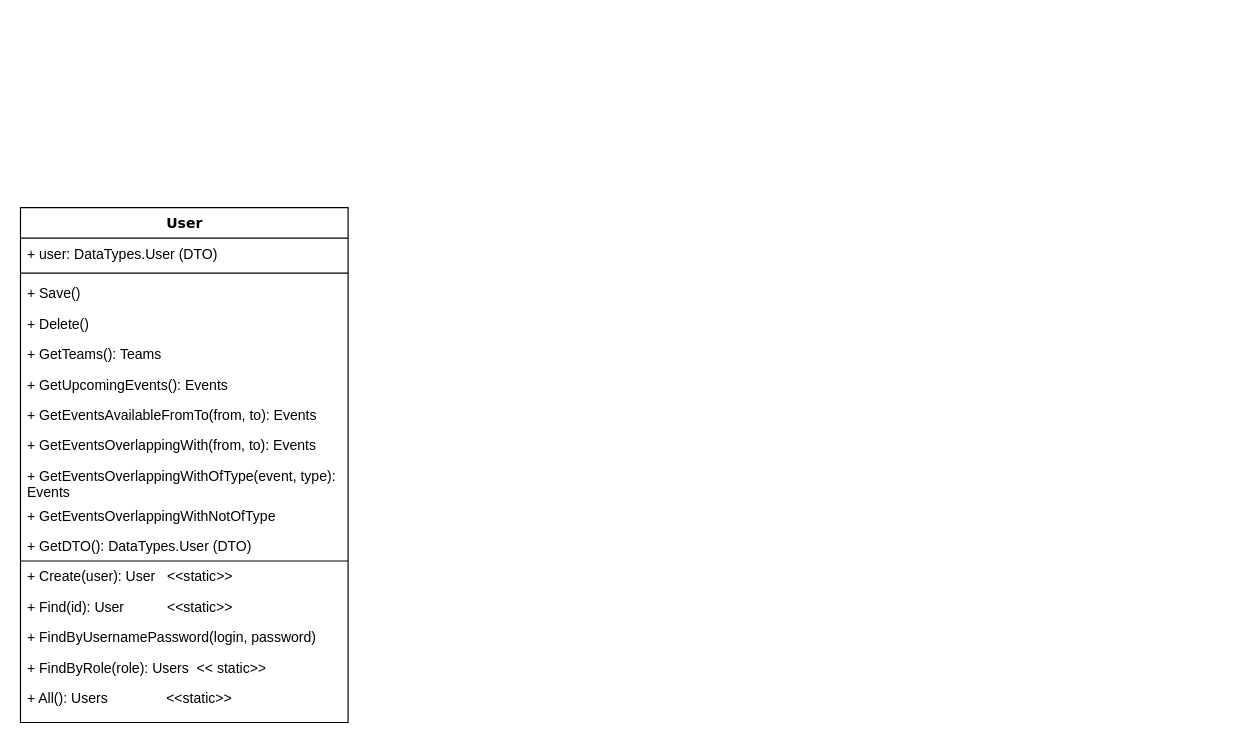
The draw.io diagram ClassDiagram.drawio in dminikm/EsportsIS, before the edit. Source tidied: cells renumbered, new cells numbered last; positions are measured from the earlier drawing's top-left corner, leaving out a move shared by most shapes. Both pictures are drawn from the tidied source at 117%, with x=0, y=0 at pixel (20, 207).
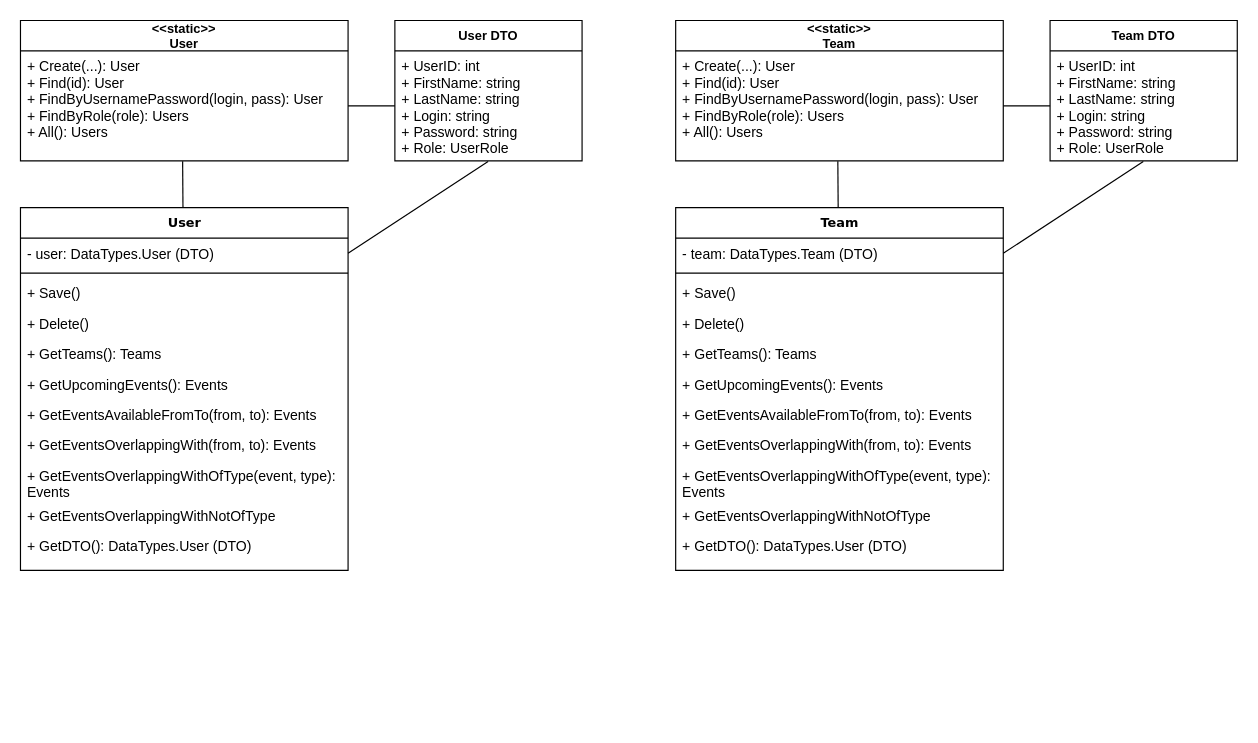
After the change.

Diff of the diagram source:
```diff
@@
-    <mxCell id="2" value="User" style="swimlane;html=1;fontStyle=1;align=center;verticalAlign=top;horizontal=1;startSize=26;swimlaneFillColor=#ffffff;rounded=0;shadow=0;comic=0;labelBackgroundColor=none;strokeWidth=1;fillColor=none;fontFamily=Verdana;fontSize=12;" parent="1" vertex="1">
-      <mxGeometry width="280" height="440" as="geometry" />
+    <mxCell id="2" value="User" style="swimlane;html=1;fontStyle=1;align=center;verticalAlign=top;horizontal=1;startSize=26;swimlaneFillColor=#ffffff;rounded=0;shadow=0;comic=0;labelBackgroundColor=none;strokeWidth=1;fillColor=none;fontFamily=Verdana;fontSize=11;" parent="1" vertex="1">
+      <mxGeometry width="280" height="310" as="geometry" />
     </mxCell>
-    <mxCell id="3" value="+ user: DataTypes.User (DTO)" style="text;html=1;strokeColor=none;fillColor=none;align=left;verticalAlign=top;spacingLeft=4;spacingRight=4;whiteSpace=wrap;overflow=hidden;points=[[0,0.5],[1,0.5]];portConstraint=eastwest;" parent="2" vertex="1">
+    <mxCell id="3" value="- user: DataTypes.User (DTO)" style="text;html=1;strokeColor=none;fillColor=none;align=left;verticalAlign=top;spacingLeft=4;spacingRight=4;whiteSpace=wrap;overflow=hidden;points=[[0,0.5],[1,0.5]];portConstraint=eastwest;" parent="2" vertex="1">
       <mxGeometry y="26" width="280" height="26" as="geometry" />
     </mxCell>
@@
-    <mxCell id="14" style="endArrow=none;html=1;" parent="2" edge="1">
-      <mxGeometry relative="1" as="geometry">
-        <mxPoint y="302" as="sourcePoint" />
-        <mxPoint x="280" y="302" as="targetPoint" />
-      </mxGeometry>
-    </mxCell>
-    <mxCell id="15" value="+ Create(user): User&amp;nbsp; &amp;nbsp;&amp;lt;&amp;lt;static&amp;gt;&amp;gt;&amp;nbsp;" style="text;html=1;strokeColor=none;fillColor=none;align=left;verticalAlign=top;spacingLeft=4;spacingRight=4;whiteSpace=wrap;overflow=hidden;" parent="2" vertex="1">
-      <mxGeometry y="302" width="280" height="26" as="geometry" />
-    </mxCell>
-    <mxCell id="16" value="+ Find(id): User&amp;nbsp; &amp;nbsp; &amp;nbsp; &amp;nbsp; &amp;nbsp; &amp;nbsp;&amp;lt;&amp;lt;static&amp;gt;&amp;gt;" style="text;html=1;strokeColor=none;fillColor=none;align=left;verticalAlign=top;spacingLeft=4;spacingRight=4;whiteSpace=wrap;overflow=hidden;" parent="2" vertex="1">
-      <mxGeometry y="328" width="280" height="26" as="geometry" />
-    </mxCell>
-    <mxCell id="17" value="+ FindByUsernamePassword(login, password)" style="text;html=1;strokeColor=none;fillColor=none;align=left;verticalAlign=top;spacingLeft=4;spacingRight=4;whiteSpace=wrap;overflow=hidden;" parent="2" vertex="1">
-      <mxGeometry y="354" width="280" height="26" as="geometry" />
-    </mxCell>
-    <mxCell id="18" value="+ FindByRole(role): Users&amp;nbsp; &amp;lt;&amp;lt; static&amp;gt;&amp;gt;" style="text;html=1;strokeColor=none;fillColor=none;align=left;verticalAlign=top;spacingLeft=4;spacingRight=4;whiteSpace=wrap;overflow=hidden;" parent="2" vertex="1">
-      <mxGeometry y="380" width="280" height="26" as="geometry" />
-    </mxCell>
-    <mxCell id="19" value="+ All(): Users&amp;nbsp; &amp;nbsp; &amp;nbsp; &amp;nbsp; &amp;nbsp; &amp;nbsp; &amp;nbsp; &amp;nbsp;&amp;lt;&amp;lt;static&amp;gt;&amp;gt;" style="text;html=1;strokeColor=none;fillColor=none;align=left;verticalAlign=top;spacingLeft=4;spacingRight=4;whiteSpace=wrap;overflow=hidden;" parent="2" vertex="1">
-      <mxGeometry y="406" width="280" height="26" as="geometry" />
-    </mxCell>
+    <mxCell id="20" value="&lt;&lt;static&gt;&gt;&#10;User" style="swimlane;fontStyle=1;align=center;verticalAlign=middle;horizontal=1;startSize=26;fontSize=11;" parent="1" vertex="1">
+      <mxGeometry y="-160" width="280" height="120" as="geometry" />
+    </mxCell>
+    <mxCell id="21" value="+ Create(...): User&#10;+ Find(id): User&#10;+ FindByUsernamePassword(login, pass): User&#10;+ FindByRole(role): Users&#10;+ All(): Users&#10;" style="text;strokeColor=none;fillColor=none;align=left;verticalAlign=top;spacingLeft=4;spacingRight=4;overflow=hidden;points=[[0,0.5],[1,0.5]];portConstraint=eastwest;" parent="20" vertex="1">
+      <mxGeometry y="26" width="280" height="94" as="geometry" />
+    </mxCell>
+    <mxCell id="22" value="User DTO" style="swimlane;fontStyle=1;align=center;verticalAlign=top;horizontal=1;startSize=26;fontSize=11;" parent="1" vertex="1">
+      <mxGeometry x="320" y="-160" width="160" height="120" as="geometry" />
+    </mxCell>
+    <mxCell id="23" value="+ UserID: int&#10;+ FirstName: string&#10;+ LastName: string&#10;+ Login: string&#10;+ Password: string&#10;+ Role: UserRole " style="text;strokeColor=none;fillColor=none;align=left;verticalAlign=top;spacingLeft=4;spacingRight=4;overflow=hidden;points=[[0,0.5],[1,0.5]];portConstraint=eastwest;" parent="22" vertex="1">
+      <mxGeometry y="26" width="160" height="94" as="geometry" />
+    </mxCell>
+    <mxCell id="24" style="endArrow=none;html=1;fontSize=11;entryX=0.495;entryY=1.004;entryDx=0;entryDy=0;entryPerimeter=0;" parent="1" edge="1" source="2" target="21">
+      <mxGeometry relative="1" as="geometry" />
+    </mxCell>
+    <mxCell id="25" style="endArrow=none;html=1;fontSize=11;entryX=1;entryY=0.5;entryDx=0;entryDy=0;exitX=0;exitY=0.5;exitDx=0;exitDy=0;" parent="1" edge="1" source="23" target="21">
+      <mxGeometry relative="1" as="geometry" />
+    </mxCell>
+    <mxCell id="26" style="endArrow=none;html=1;fontSize=11;entryX=0.498;entryY=1.005;entryDx=0;entryDy=0;entryPerimeter=0;exitX=1;exitY=0.5;exitDx=0;exitDy=0;" parent="1" edge="1" source="3" target="23">
+      <mxGeometry relative="1" as="geometry" />
+    </mxCell>
+    <mxCell id="27" value="Team" style="swimlane;html=1;fontStyle=1;align=center;verticalAlign=top;horizontal=1;startSize=26;swimlaneFillColor=#ffffff;rounded=0;shadow=0;comic=0;labelBackgroundColor=none;strokeWidth=1;fillColor=none;fontFamily=Verdana;fontSize=11;" parent="1" vertex="1">
+      <mxGeometry x="560" width="280" height="310" as="geometry" />
+    </mxCell>
+    <mxCell id="28" value="- team: DataTypes.Team (DTO)" style="text;html=1;strokeColor=none;fillColor=none;align=left;verticalAlign=top;spacingLeft=4;spacingRight=4;whiteSpace=wrap;overflow=hidden;points=[[0,0.5],[1,0.5]];portConstraint=eastwest;" parent="27" vertex="1">
+      <mxGeometry y="26" width="280" height="26" as="geometry" />
+    </mxCell>
+    <mxCell id="29" style="line;html=1;strokeWidth=1;fillColor=none;align=left;verticalAlign=middle;spacingTop=-1;spacingLeft=3;spacingRight=3;labelPosition=right;" parent="27" vertex="1">
+      <mxGeometry y="52" width="280" height="8" as="geometry" />
+    </mxCell>
+    <mxCell id="30" value="+ Save()" style="text;html=1;strokeColor=none;fillColor=none;align=left;verticalAlign=top;spacingLeft=4;spacingRight=4;whiteSpace=wrap;overflow=hidden;" parent="27" vertex="1">
+      <mxGeometry y="60" width="280" height="26" as="geometry" />
+    </mxCell>
+    <mxCell id="31" value="+ Delete()" style="text;html=1;strokeColor=none;fillColor=none;align=left;verticalAlign=top;spacingLeft=4;spacingRight=4;whiteSpace=wrap;overflow=hidden;" parent="27" vertex="1">
+      <mxGeometry y="86" width="280" height="26" as="geometry" />
+    </mxCell>
+    <mxCell id="32" value="+ GetTeams(): Teams" style="text;html=1;strokeColor=none;fillColor=none;align=left;verticalAlign=top;spacingLeft=4;spacingRight=4;whiteSpace=wrap;overflow=hidden;" parent="27" vertex="1">
+      <mxGeometry y="112" width="280" height="26" as="geometry" />
+    </mxCell>
+    <mxCell id="33" value="+ GetUpcomingEvents(): Events" style="text;html=1;strokeColor=none;fillColor=none;align=left;verticalAlign=top;spacingLeft=4;spacingRight=4;whiteSpace=wrap;overflow=hidden;" parent="27" vertex="1">
+      <mxGeometry y="138" width="280" height="26" as="geometry" />
+    </mxCell>
+    <mxCell id="34" value="+ GetEventsAvailableFromTo(from, to): Events" style="text;html=1;strokeColor=none;fillColor=none;align=left;verticalAlign=top;spacingLeft=4;spacingRight=4;whiteSpace=wrap;overflow=hidden;" parent="27" vertex="1">
+      <mxGeometry y="164" width="280" height="26" as="geometry" />
+    </mxCell>
+    <mxCell id="35" value="+ GetEventsOverlappingWith(from, to): Events" style="text;html=1;strokeColor=none;fillColor=none;align=left;verticalAlign=top;spacingLeft=4;spacingRight=4;whiteSpace=wrap;overflow=hidden;" parent="27" vertex="1">
+      <mxGeometry y="190" width="280" height="26" as="geometry" />
+    </mxCell>
+    <mxCell id="36" value="+ GetEventsOverlappingWithOfType(event, type): Events" style="text;html=1;strokeColor=none;fillColor=none;align=left;verticalAlign=top;spacingLeft=4;spacingRight=4;whiteSpace=wrap;overflow=hidden;" parent="27" vertex="1">
+      <mxGeometry y="216" width="280" height="34" as="geometry" />
+    </mxCell>
+    <mxCell id="37" value="+ GetEventsOverlappingWithNotOfType" style="text;html=1;strokeColor=none;fillColor=none;align=left;verticalAlign=top;spacingLeft=4;spacingRight=4;whiteSpace=wrap;overflow=hidden;" parent="27" vertex="1">
+      <mxGeometry y="250" width="280" height="26" as="geometry" />
+    </mxCell>
+    <mxCell id="38" value="+ GetDTO(): DataTypes.User (DTO)" style="text;html=1;strokeColor=none;fillColor=none;align=left;verticalAlign=top;spacingLeft=4;spacingRight=4;whiteSpace=wrap;overflow=hidden;" parent="27" vertex="1">
+      <mxGeometry y="276" width="280" height="26" as="geometry" />
+    </mxCell>
+    <mxCell id="39" value="&lt;&lt;static&gt;&gt;&#10;Team" style="swimlane;fontStyle=1;align=center;verticalAlign=middle;horizontal=1;startSize=26;fontSize=11;" parent="1" vertex="1">
+      <mxGeometry x="560" y="-160" width="280" height="120" as="geometry" />
+    </mxCell>
+    <mxCell id="40" value="+ Create(...): User&#10;+ Find(id): User&#10;+ FindByUsernamePassword(login, pass): User&#10;+ FindByRole(role): Users&#10;+ All(): Users&#10;" style="text;strokeColor=none;fillColor=none;align=left;verticalAlign=top;spacingLeft=4;spacingRight=4;overflow=hidden;points=[[0,0.5],[1,0.5]];portConstraint=eastwest;" parent="39" vertex="1">
+      <mxGeometry y="26" width="280" height="94" as="geometry" />
+    </mxCell>
+    <mxCell id="41" value="Team DTO" style="swimlane;fontStyle=1;align=center;verticalAlign=top;horizontal=1;startSize=26;fontSize=11;" parent="1" vertex="1">
+      <mxGeometry x="880" y="-160" width="160" height="120" as="geometry" />
+    </mxCell>
+    <mxCell id="42" value="+ UserID: int&#10;+ FirstName: string&#10;+ LastName: string&#10;+ Login: string&#10;+ Password: string&#10;+ Role: UserRole " style="text;strokeColor=none;fillColor=none;align=left;verticalAlign=top;spacingLeft=4;spacingRight=4;overflow=hidden;points=[[0,0.5],[1,0.5]];portConstraint=eastwest;" parent="41" vertex="1">
+      <mxGeometry y="26" width="160" height="94" as="geometry" />
+    </mxCell>
+    <mxCell id="43" style="endArrow=none;html=1;fontSize=11;entryX=0.495;entryY=1.004;entryDx=0;entryDy=0;entryPerimeter=0;" parent="1" edge="1" source="27" target="40">
+      <mxGeometry relative="1" as="geometry" />
+    </mxCell>
+    <mxCell id="44" style="endArrow=none;html=1;fontSize=11;entryX=1;entryY=0.5;entryDx=0;entryDy=0;exitX=0;exitY=0.5;exitDx=0;exitDy=0;" parent="1" edge="1" source="42" target="40">
+      <mxGeometry relative="1" as="geometry" />
+    </mxCell>
+    <mxCell id="45" style="endArrow=none;html=1;fontSize=11;entryX=0.498;entryY=1.005;entryDx=0;entryDy=0;entryPerimeter=0;exitX=1;exitY=0.5;exitDx=0;exitDy=0;" parent="1" edge="1" source="28" target="42">
+      <mxGeometry relative="1" as="geometry" />
+    </mxCell>
```
